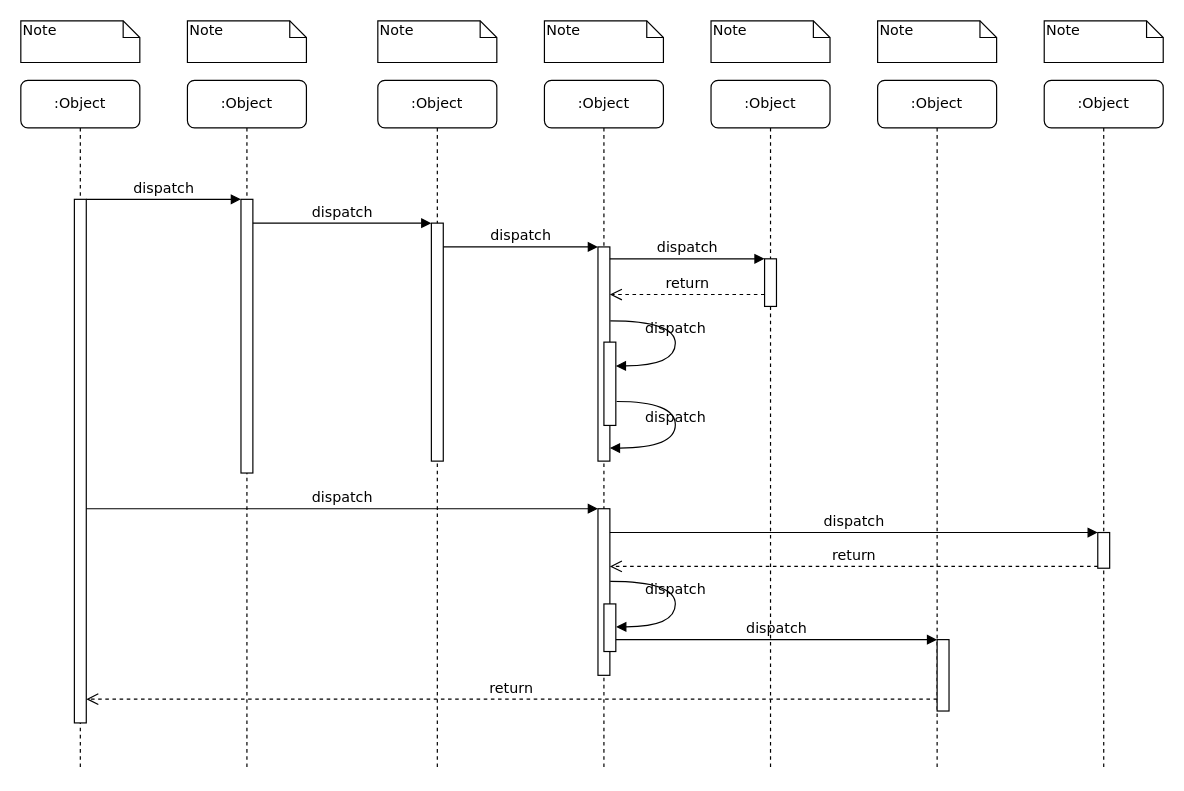
This is 时序图.drawio from michaellincn/my_utils, a draw.io file, before an edit. Source tidied: cells renumbered, new cells numbered last; positions are measured from the earlier drawing's top-left corner, leaving out a move shared by most shapes. Both pictures are drawn from the tidied source at 119%, with x=0, y=0 at pixel (20, 20).
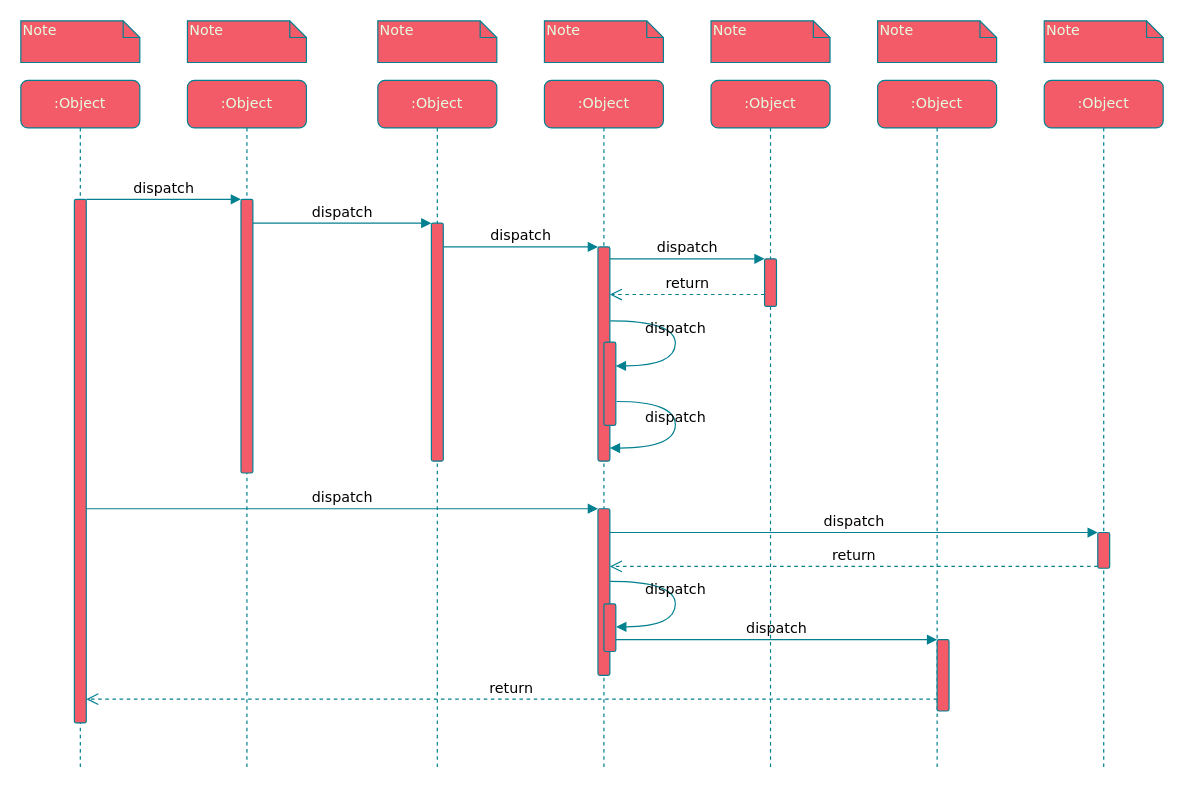
Above is the later version.

Commit message:
更新时序图.drawio

What changed in the source:
```diff
@@
-    <mxCell id="2" value=":Object" style="shape=umlLifeline;perimeter=lifelinePerimeter;whiteSpace=wrap;html=1;rounded=1;shadow=0;comic=0;labelBackgroundColor=none;strokeWidth=1;fontFamily=Verdana;fontSize=12;align=center;" parent="1" vertex="1">
+    <mxCell id="2" value=":Object" style="shape=umlLifeline;perimeter=lifelinePerimeter;whiteSpace=wrap;html=1;rounded=1;shadow=0;comic=0;labelBackgroundColor=none;strokeWidth=1;fontFamily=Verdana;fontSize=12;align=center;fillColor=#F45B69;strokeColor=#028090;fontColor=#E4FDE1;" parent="1" vertex="1">
       <mxGeometry x="140" y="50" width="100" height="580" as="geometry" />
     </mxCell>
-    <mxCell id="3" style="html=1;points=[];perimeter=orthogonalPerimeter;rounded=0;shadow=0;comic=0;labelBackgroundColor=none;strokeWidth=1;fontFamily=Verdana;fontSize=12;align=center;" parent="2" vertex="1">
+    <mxCell id="3" style="html=1;points=[];perimeter=orthogonalPerimeter;rounded=1;shadow=0;comic=0;labelBackgroundColor=none;strokeWidth=1;fontFamily=Verdana;fontSize=12;align=center;fillColor=#F45B69;strokeColor=#028090;fontColor=#E4FDE1;" parent="2" vertex="1">
       <mxGeometry x="45" y="100" width="10" height="230" as="geometry" />
     </mxCell>
-    <mxCell id="4" value=":Object" style="shape=umlLifeline;perimeter=lifelinePerimeter;whiteSpace=wrap;html=1;rounded=1;shadow=0;comic=0;labelBackgroundColor=none;strokeWidth=1;fontFamily=Verdana;fontSize=12;align=center;" parent="1" vertex="1">
+    <mxCell id="4" value=":Object" style="shape=umlLifeline;perimeter=lifelinePerimeter;whiteSpace=wrap;html=1;rounded=1;shadow=0;comic=0;labelBackgroundColor=none;strokeWidth=1;fontFamily=Verdana;fontSize=12;align=center;fillColor=#F45B69;strokeColor=#028090;fontColor=#E4FDE1;" parent="1" vertex="1">
       <mxGeometry x="300" y="50" width="100" height="580" as="geometry" />
     </mxCell>
-    <mxCell id="5" style="html=1;points=[];perimeter=orthogonalPerimeter;rounded=0;shadow=0;comic=0;labelBackgroundColor=none;strokeWidth=1;fontFamily=Verdana;fontSize=12;align=center;" parent="4" vertex="1">
+    <mxCell id="5" style="html=1;points=[];perimeter=orthogonalPerimeter;rounded=1;shadow=0;comic=0;labelBackgroundColor=none;strokeWidth=1;fontFamily=Verdana;fontSize=12;align=center;fillColor=#F45B69;strokeColor=#028090;fontColor=#E4FDE1;" parent="4" vertex="1">
       <mxGeometry x="45" y="120" width="10" height="200" as="geometry" />
     </mxCell>
-    <mxCell id="6" value=":Object" style="shape=umlLifeline;perimeter=lifelinePerimeter;whiteSpace=wrap;html=1;rounded=1;shadow=0;comic=0;labelBackgroundColor=none;strokeWidth=1;fontFamily=Verdana;fontSize=12;align=center;" parent="1" vertex="1">
+    <mxCell id="6" value=":Object" style="shape=umlLifeline;perimeter=lifelinePerimeter;whiteSpace=wrap;html=1;rounded=1;shadow=0;comic=0;labelBackgroundColor=none;strokeWidth=1;fontFamily=Verdana;fontSize=12;align=center;fillColor=#F45B69;strokeColor=#028090;fontColor=#E4FDE1;" parent="1" vertex="1">
       <mxGeometry x="440" y="50" width="100" height="580" as="geometry" />
     </mxCell>
-    <mxCell id="7" value=":Object" style="shape=umlLifeline;perimeter=lifelinePerimeter;whiteSpace=wrap;html=1;rounded=1;shadow=0;comic=0;labelBackgroundColor=none;strokeWidth=1;fontFamily=Verdana;fontSize=12;align=center;" parent="1" vertex="1">
+    <mxCell id="7" value=":Object" style="shape=umlLifeline;perimeter=lifelinePerimeter;whiteSpace=wrap;html=1;rounded=1;shadow=0;comic=0;labelBackgroundColor=none;strokeWidth=1;fontFamily=Verdana;fontSize=12;align=center;fillColor=#F45B69;strokeColor=#028090;fontColor=#E4FDE1;" parent="1" vertex="1">
       <mxGeometry x="580" y="50" width="100" height="580" as="geometry" />
     </mxCell>
-    <mxCell id="8" value=":Object" style="shape=umlLifeline;perimeter=lifelinePerimeter;whiteSpace=wrap;html=1;rounded=1;shadow=0;comic=0;labelBackgroundColor=none;strokeWidth=1;fontFamily=Verdana;fontSize=12;align=center;" parent="1" vertex="1">
+    <mxCell id="8" value=":Object" style="shape=umlLifeline;perimeter=lifelinePerimeter;whiteSpace=wrap;html=1;rounded=1;shadow=0;comic=0;labelBackgroundColor=none;strokeWidth=1;fontFamily=Verdana;fontSize=12;align=center;fillColor=#F45B69;strokeColor=#028090;fontColor=#E4FDE1;" parent="1" vertex="1">
       <mxGeometry x="720" y="50" width="100" height="580" as="geometry" />
     </mxCell>
-    <mxCell id="9" value=":Object" style="shape=umlLifeline;perimeter=lifelinePerimeter;whiteSpace=wrap;html=1;rounded=1;shadow=0;comic=0;labelBackgroundColor=none;strokeWidth=1;fontFamily=Verdana;fontSize=12;align=center;" parent="1" vertex="1">
+    <mxCell id="9" value=":Object" style="shape=umlLifeline;perimeter=lifelinePerimeter;whiteSpace=wrap;html=1;rounded=1;shadow=0;comic=0;labelBackgroundColor=none;strokeWidth=1;fontFamily=Verdana;fontSize=12;align=center;fillColor=#F45B69;strokeColor=#028090;fontColor=#E4FDE1;" parent="1" vertex="1">
       <mxGeometry x="860" y="50" width="100" height="580" as="geometry" />
     </mxCell>
-    <mxCell id="10" value=":Object" style="shape=umlLifeline;perimeter=lifelinePerimeter;whiteSpace=wrap;html=1;rounded=1;shadow=0;comic=0;labelBackgroundColor=none;strokeWidth=1;fontFamily=Verdana;fontSize=12;align=center;" parent="1" vertex="1">
+    <mxCell id="10" value=":Object" style="shape=umlLifeline;perimeter=lifelinePerimeter;whiteSpace=wrap;html=1;rounded=1;shadow=0;comic=0;labelBackgroundColor=none;strokeWidth=1;fontFamily=Verdana;fontSize=12;align=center;fillColor=#F45B69;strokeColor=#028090;fontColor=#E4FDE1;" parent="1" vertex="1">
       <mxGeometry y="50" width="100" height="580" as="geometry" />
     </mxCell>
-    <mxCell id="11" style="html=1;points=[];perimeter=orthogonalPerimeter;rounded=0;shadow=0;comic=0;labelBackgroundColor=none;strokeWidth=1;fontFamily=Verdana;fontSize=12;align=center;" parent="10" vertex="1">
+    <mxCell id="11" style="html=1;points=[];perimeter=orthogonalPerimeter;rounded=1;shadow=0;comic=0;labelBackgroundColor=none;strokeWidth=1;fontFamily=Verdana;fontSize=12;align=center;fillColor=#F45B69;strokeColor=#028090;fontColor=#E4FDE1;" parent="10" vertex="1">
       <mxGeometry x="45" y="100" width="10" height="440" as="geometry" />
     </mxCell>
-    <mxCell id="12" style="html=1;points=[];perimeter=orthogonalPerimeter;rounded=0;shadow=0;comic=0;labelBackgroundColor=none;strokeWidth=1;fontFamily=Verdana;fontSize=12;align=center;" parent="1" vertex="1">
+    <mxCell id="12" style="html=1;points=[];perimeter=orthogonalPerimeter;rounded=1;shadow=0;comic=0;labelBackgroundColor=none;strokeWidth=1;fontFamily=Verdana;fontSize=12;align=center;fillColor=#F45B69;strokeColor=#028090;fontColor=#E4FDE1;" parent="1" vertex="1">
       <mxGeometry x="485" y="190" width="10" height="180" as="geometry" />
     </mxCell>
-    <mxCell id="13" value="dispatch" style="html=1;verticalAlign=bottom;endArrow=block;labelBackgroundColor=none;fontFamily=Verdana;fontSize=12;edgeStyle=elbowEdgeStyle;elbow=vertical;" parent="1" edge="1" source="5" target="12">
+    <mxCell id="13" value="dispatch" style="html=1;verticalAlign=bottom;endArrow=block;labelBackgroundColor=none;fontFamily=Verdana;fontSize=12;edgeStyle=elbowEdgeStyle;elbow=vertical;strokeColor=#028090;fontColor=default;" parent="1" edge="1" source="5" target="12">
       <mxGeometry relative="1" as="geometry">
         <Array as="points">
           <mxPoint x="360" y="190" />
         </Array>
       </mxGeometry>
     </mxCell>
-    <mxCell id="14" style="html=1;points=[];perimeter=orthogonalPerimeter;rounded=0;shadow=0;comic=0;labelBackgroundColor=none;strokeWidth=1;fontFamily=Verdana;fontSize=12;align=center;" parent="1" vertex="1">
+    <mxCell id="14" style="html=1;points=[];perimeter=orthogonalPerimeter;rounded=1;shadow=0;comic=0;labelBackgroundColor=none;strokeWidth=1;fontFamily=Verdana;fontSize=12;align=center;fillColor=#F45B69;strokeColor=#028090;fontColor=#E4FDE1;" parent="1" vertex="1">
       <mxGeometry x="625" y="200" width="10" height="40" as="geometry" />
     </mxCell>
-    <mxCell id="15" value="dispatch" style="html=1;verticalAlign=bottom;endArrow=block;entryX=0;entryY=0;labelBackgroundColor=none;fontFamily=Verdana;fontSize=12;edgeStyle=elbowEdgeStyle;elbow=vertical;" parent="1" edge="1" source="12" target="14">
+    <mxCell id="15" value="dispatch" style="html=1;verticalAlign=bottom;endArrow=block;entryX=0;entryY=0;labelBackgroundColor=none;fontFamily=Verdana;fontSize=12;edgeStyle=elbowEdgeStyle;elbow=vertical;strokeColor=#028090;fontColor=default;" parent="1" edge="1" source="12" target="14">
       <mxGeometry relative="1" as="geometry" />
     </mxCell>
-    <mxCell id="16" value="return" style="html=1;verticalAlign=bottom;endArrow=open;dashed=1;endSize=8;labelBackgroundColor=none;fontFamily=Verdana;fontSize=12;edgeStyle=elbowEdgeStyle;elbow=vertical;" parent="1" edge="1" source="14" target="12">
+    <mxCell id="16" value="return" style="html=1;verticalAlign=bottom;endArrow=open;dashed=1;endSize=8;labelBackgroundColor=none;fontFamily=Verdana;fontSize=12;edgeStyle=elbowEdgeStyle;elbow=vertical;strokeColor=#028090;fontColor=default;" parent="1" edge="1" source="14" target="12">
       <mxGeometry relative="1" as="geometry">
         <Array as="points">
           <mxPoint x="570" y="230" />
           <mxPoint x="600" y="230" />
         </Array>
       </mxGeometry>
     </mxCell>
-    <mxCell id="17" style="html=1;points=[];perimeter=orthogonalPerimeter;rounded=0;shadow=0;comic=0;labelBackgroundColor=none;strokeWidth=1;fontFamily=Verdana;fontSize=12;align=center;" parent="1" vertex="1">
+    <mxCell id="17" style="html=1;points=[];perimeter=orthogonalPerimeter;rounded=1;shadow=0;comic=0;labelBackgroundColor=none;strokeWidth=1;fontFamily=Verdana;fontSize=12;align=center;fillColor=#F45B69;strokeColor=#028090;fontColor=#E4FDE1;" parent="1" vertex="1">
       <mxGeometry x="485" y="410" width="10" height="140" as="geometry" />
     </mxCell>
-    <mxCell id="18" value="dispatch" style="html=1;verticalAlign=bottom;endArrow=block;entryX=0;entryY=0;labelBackgroundColor=none;fontFamily=Verdana;fontSize=12;" parent="1" edge="1" source="11" target="17">
+    <mxCell id="18" value="dispatch" style="html=1;verticalAlign=bottom;endArrow=block;entryX=0;entryY=0;labelBackgroundColor=none;fontFamily=Verdana;fontSize=12;strokeColor=#028090;fontColor=default;" parent="1" edge="1" source="11" target="17">
       <mxGeometry relative="1" as="geometry" />
     </mxCell>
-    <mxCell id="19" style="html=1;points=[];perimeter=orthogonalPerimeter;rounded=0;shadow=0;comic=0;labelBackgroundColor=none;strokeColor=#000000;strokeWidth=1;fillColor=#FFFFFF;fontFamily=Verdana;fontSize=12;fontColor=#000000;align=center;" parent="1" vertex="1">
+    <mxCell id="19" style="html=1;points=[];perimeter=orthogonalPerimeter;rounded=1;shadow=0;comic=0;labelBackgroundColor=none;strokeColor=#028090;strokeWidth=1;fillColor=#F45B69;fontFamily=Verdana;fontSize=12;fontColor=#E4FDE1;align=center;" parent="1" vertex="1">
       <mxGeometry x="905" y="430" width="10" height="30" as="geometry" />
     </mxCell>
-    <mxCell id="20" value="dispatch" style="html=1;verticalAlign=bottom;endArrow=block;entryX=0;entryY=0;labelBackgroundColor=none;fontFamily=Verdana;fontSize=12;" parent="1" edge="1" source="17" target="19">
+    <mxCell id="20" value="dispatch" style="html=1;verticalAlign=bottom;endArrow=block;entryX=0;entryY=0;labelBackgroundColor=none;fontFamily=Verdana;fontSize=12;strokeColor=#028090;fontColor=default;" parent="1" edge="1" source="17" target="19">
       <mxGeometry relative="1" as="geometry" />
     </mxCell>
-    <mxCell id="21" value="return" style="html=1;verticalAlign=bottom;endArrow=open;dashed=1;endSize=8;exitX=0;exitY=0.95;labelBackgroundColor=none;fontFamily=Verdana;fontSize=12;" parent="1" edge="1" source="19" target="17">
+    <mxCell id="21" value="return" style="html=1;verticalAlign=bottom;endArrow=open;dashed=1;endSize=8;exitX=0;exitY=0.95;labelBackgroundColor=none;fontFamily=Verdana;fontSize=12;strokeColor=#028090;fontColor=default;" parent="1" edge="1" source="19" target="17">
       <mxGeometry relative="1" as="geometry" />
     </mxCell>
-    <mxCell id="22" style="html=1;points=[];perimeter=orthogonalPerimeter;rounded=0;shadow=0;comic=0;labelBackgroundColor=none;strokeWidth=1;fontFamily=Verdana;fontSize=12;align=center;" parent="1" vertex="1">
+    <mxCell id="22" style="html=1;points=[];perimeter=orthogonalPerimeter;rounded=1;shadow=0;comic=0;labelBackgroundColor=none;strokeWidth=1;fontFamily=Verdana;fontSize=12;align=center;fillColor=#F45B69;strokeColor=#028090;fontColor=#E4FDE1;" parent="1" vertex="1">
       <mxGeometry x="770" y="520" width="10" height="60" as="geometry" />
     </mxCell>
-    <mxCell id="23" value="dispatch" style="html=1;verticalAlign=bottom;endArrow=block;entryX=0;entryY=0;labelBackgroundColor=none;fontFamily=Verdana;fontSize=12;edgeStyle=elbowEdgeStyle;elbow=vertical;" parent="1" edge="1" source="30" target="22">
+    <mxCell id="23" value="dispatch" style="html=1;verticalAlign=bottom;endArrow=block;entryX=0;entryY=0;labelBackgroundColor=none;fontFamily=Verdana;fontSize=12;edgeStyle=elbowEdgeStyle;elbow=vertical;strokeColor=#028090;fontColor=default;" parent="1" edge="1" source="30" target="22">
       <mxGeometry relative="1" as="geometry" />
     </mxCell>
-    <mxCell id="24" value="return" style="html=1;verticalAlign=bottom;endArrow=open;dashed=1;endSize=8;labelBackgroundColor=none;fontFamily=Verdana;fontSize=12;edgeStyle=elbowEdgeStyle;elbow=vertical;" parent="1" edge="1" source="22" target="11">
+    <mxCell id="24" value="return" style="html=1;verticalAlign=bottom;endArrow=open;dashed=1;endSize=8;labelBackgroundColor=none;fontFamily=Verdana;fontSize=12;edgeStyle=elbowEdgeStyle;elbow=vertical;strokeColor=#028090;fontColor=default;" parent="1" edge="1" source="22" target="11">
       <mxGeometry relative="1" as="geometry">
         <Array as="points">
           <mxPoint x="470" y="570" />
         </Array>
       </mxGeometry>
     </mxCell>
-    <mxCell id="25" value="dispatch" style="html=1;verticalAlign=bottom;endArrow=block;entryX=0;entryY=0;labelBackgroundColor=none;fontFamily=Verdana;fontSize=12;edgeStyle=elbowEdgeStyle;elbow=vertical;" parent="1" edge="1" source="11" target="3">
+    <mxCell id="25" value="dispatch" style="html=1;verticalAlign=bottom;endArrow=block;entryX=0;entryY=0;labelBackgroundColor=none;fontFamily=Verdana;fontSize=12;edgeStyle=elbowEdgeStyle;elbow=vertical;strokeColor=#028090;fontColor=default;" parent="1" edge="1" source="11" target="3">
       <mxGeometry relative="1" as="geometry" />
     </mxCell>
-    <mxCell id="26" value="dispatch" style="html=1;verticalAlign=bottom;endArrow=block;entryX=0;entryY=0;labelBackgroundColor=none;fontFamily=Verdana;fontSize=12;edgeStyle=elbowEdgeStyle;elbow=vertical;" parent="1" edge="1" source="3" target="5">
+    <mxCell id="26" value="dispatch" style="html=1;verticalAlign=bottom;endArrow=block;entryX=0;entryY=0;labelBackgroundColor=none;fontFamily=Verdana;fontSize=12;edgeStyle=elbowEdgeStyle;elbow=vertical;strokeColor=#028090;fontColor=default;" parent="1" edge="1" source="3" target="5">
       <mxGeometry relative="1" as="geometry" />
     </mxCell>
-    <mxCell id="27" style="html=1;points=[];perimeter=orthogonalPerimeter;rounded=0;shadow=0;comic=0;labelBackgroundColor=none;strokeWidth=1;fontFamily=Verdana;fontSize=12;align=center;" parent="1" vertex="1">
+    <mxCell id="27" style="html=1;points=[];perimeter=orthogonalPerimeter;rounded=1;shadow=0;comic=0;labelBackgroundColor=none;strokeWidth=1;fontFamily=Verdana;fontSize=12;align=center;fillColor=#F45B69;strokeColor=#028090;fontColor=#E4FDE1;" parent="1" vertex="1">
       <mxGeometry x="490" y="270" width="10" height="70" as="geometry" />
     </mxCell>
-    <mxCell id="28" value="dispatch" style="html=1;verticalAlign=bottom;endArrow=block;labelBackgroundColor=none;fontFamily=Verdana;fontSize=12;elbow=vertical;edgeStyle=orthogonalEdgeStyle;curved=1;entryX=1;entryY=0.286;entryPerimeter=0;exitX=1.038;exitY=0.345;exitPerimeter=0;" parent="1" edge="1" source="12" target="27">
+    <mxCell id="28" value="dispatch" style="html=1;verticalAlign=bottom;endArrow=block;labelBackgroundColor=none;fontFamily=Verdana;fontSize=12;elbow=vertical;edgeStyle=orthogonalEdgeStyle;curved=1;entryX=1;entryY=0.286;entryPerimeter=0;exitX=1.038;exitY=0.345;exitPerimeter=0;strokeColor=#028090;fontColor=default;" parent="1" edge="1" source="12" target="27">
       <mxGeometry relative="1" as="geometry">
         <Array as="points">
           <mxPoint x="550" y="252" />
           <mxPoint x="550" y="290" />
         </Array>
       </mxGeometry>
     </mxCell>
-    <mxCell id="29" value="dispatch" style="html=1;verticalAlign=bottom;endArrow=block;labelBackgroundColor=none;fontFamily=Verdana;fontSize=12;elbow=vertical;edgeStyle=orthogonalEdgeStyle;curved=1;exitX=1.066;exitY=0.713;exitPerimeter=0;" parent="1" edge="1" source="27">
+    <mxCell id="29" value="dispatch" style="html=1;verticalAlign=bottom;endArrow=block;labelBackgroundColor=none;fontFamily=Verdana;fontSize=12;elbow=vertical;edgeStyle=orthogonalEdgeStyle;curved=1;exitX=1.066;exitY=0.713;exitPerimeter=0;strokeColor=#028090;fontColor=default;" parent="1" edge="1" source="27">
       <mxGeometry relative="1" as="geometry">
         <mxPoint x="495" y="359" as="targetPoint" />
         <Array as="points">
           <mxPoint x="550" y="320" />
           <mxPoint x="550" y="359" />
         </Array>
       </mxGeometry>
     </mxCell>
-    <mxCell id="30" style="html=1;points=[];perimeter=orthogonalPerimeter;rounded=0;shadow=0;comic=0;labelBackgroundColor=none;strokeWidth=1;fontFamily=Verdana;fontSize=12;align=center;" parent="1" vertex="1">
+    <mxCell id="30" style="html=1;points=[];perimeter=orthogonalPerimeter;rounded=1;shadow=0;comic=0;labelBackgroundColor=none;strokeWidth=1;fontFamily=Verdana;fontSize=12;align=center;fillColor=#F45B69;strokeColor=#028090;fontColor=#E4FDE1;" parent="1" vertex="1">
       <mxGeometry x="490" y="490" width="10" height="40" as="geometry" />
     </mxCell>
-    <mxCell id="31" value="dispatch" style="html=1;verticalAlign=bottom;endArrow=block;labelBackgroundColor=none;fontFamily=Verdana;fontSize=12;elbow=vertical;edgeStyle=orthogonalEdgeStyle;curved=1;entryX=1;entryY=0.286;entryPerimeter=0;exitX=1.038;exitY=0.345;exitPerimeter=0;" parent="1" edge="1">
+    <mxCell id="31" value="dispatch" style="html=1;verticalAlign=bottom;endArrow=block;labelBackgroundColor=none;fontFamily=Verdana;fontSize=12;elbow=vertical;edgeStyle=orthogonalEdgeStyle;curved=1;entryX=1;entryY=0.286;entryPerimeter=0;exitX=1.038;exitY=0.345;exitPerimeter=0;strokeColor=#028090;fontColor=default;" parent="1" edge="1">
       <mxGeometry relative="1" as="geometry">
         <mxPoint x="495.3" y="471" as="sourcePoint" />
         <mxPoint x="500.3" y="509.3" as="targetPoint" />
         <Array as="points">
           <mxPoint x="550" y="471" />
           <mxPoint x="550" y="509" />
         </Array>
       </mxGeometry>
     </mxCell>
-    <mxCell id="32" value="Note" style="shape=note;whiteSpace=wrap;html=1;size=14;verticalAlign=top;align=left;spacingTop=-6;rounded=0;shadow=0;comic=0;labelBackgroundColor=none;strokeWidth=1;fontFamily=Verdana;fontSize=12;" parent="1" vertex="1">
+    <mxCell id="32" value="Note" style="shape=note;whiteSpace=wrap;html=1;size=14;verticalAlign=top;align=left;spacingTop=-6;rounded=1;shadow=0;comic=0;labelBackgroundColor=none;strokeWidth=1;fontFamily=Verdana;fontSize=12;fillColor=#F45B69;strokeColor=#028090;fontColor=#E4FDE1;" parent="1" vertex="1">
       <mxGeometry width="100" height="35" as="geometry" />
     </mxCell>
-    <mxCell id="33" value="Note" style="shape=note;whiteSpace=wrap;html=1;size=14;verticalAlign=top;align=left;spacingTop=-6;rounded=0;shadow=0;comic=0;labelBackgroundColor=none;strokeWidth=1;fontFamily=Verdana;fontSize=12;" parent="1" vertex="1">
+    <mxCell id="33" value="Note" style="shape=note;whiteSpace=wrap;html=1;size=14;verticalAlign=top;align=left;spacingTop=-6;rounded=1;shadow=0;comic=0;labelBackgroundColor=none;strokeWidth=1;fontFamily=Verdana;fontSize=12;fillColor=#F45B69;strokeColor=#028090;fontColor=#E4FDE1;" parent="1" vertex="1">
       <mxGeometry x="140" width="100" height="35" as="geometry" />
     </mxCell>
-    <mxCell id="34" value="Note" style="shape=note;whiteSpace=wrap;html=1;size=14;verticalAlign=top;align=left;spacingTop=-6;rounded=0;shadow=0;comic=0;labelBackgroundColor=none;strokeWidth=1;fontFamily=Verdana;fontSize=12;" parent="1" vertex="1">
+    <mxCell id="34" value="Note" style="shape=note;whiteSpace=wrap;html=1;size=14;verticalAlign=top;align=left;spacingTop=-6;rounded=1;shadow=0;comic=0;labelBackgroundColor=none;strokeWidth=1;fontFamily=Verdana;fontSize=12;fillColor=#F45B69;strokeColor=#028090;fontColor=#E4FDE1;" parent="1" vertex="1">
       <mxGeometry x="300" width="100" height="35" as="geometry" />
     </mxCell>
-    <mxCell id="35" value="Note" style="shape=note;whiteSpace=wrap;html=1;size=14;verticalAlign=top;align=left;spacingTop=-6;rounded=0;shadow=0;comic=0;labelBackgroundColor=none;strokeWidth=1;fontFamily=Verdana;fontSize=12;" parent="1" vertex="1">
+    <mxCell id="35" value="Note" style="shape=note;whiteSpace=wrap;html=1;size=14;verticalAlign=top;align=left;spacingTop=-6;rounded=1;shadow=0;comic=0;labelBackgroundColor=none;strokeWidth=1;fontFamily=Verdana;fontSize=12;fillColor=#F45B69;strokeColor=#028090;fontColor=#E4FDE1;" parent="1" vertex="1">
       <mxGeometry x="440" width="100" height="35" as="geometry" />
     </mxCell>
-    <mxCell id="36" value="Note" style="shape=note;whiteSpace=wrap;html=1;size=14;verticalAlign=top;align=left;spacingTop=-6;rounded=0;shadow=0;comic=0;labelBackgroundColor=none;strokeWidth=1;fontFamily=Verdana;fontSize=12;" parent="1" vertex="1">
+    <mxCell id="36" value="Note" style="shape=note;whiteSpace=wrap;html=1;size=14;verticalAlign=top;align=left;spacingTop=-6;rounded=1;shadow=0;comic=0;labelBackgroundColor=none;strokeWidth=1;fontFamily=Verdana;fontSize=12;fillColor=#F45B69;strokeColor=#028090;fontColor=#E4FDE1;" parent="1" vertex="1">
       <mxGeometry x="580" width="100" height="35" as="geometry" />
     </mxCell>
-    <mxCell id="37" value="Note" style="shape=note;whiteSpace=wrap;html=1;size=14;verticalAlign=top;align=left;spacingTop=-6;rounded=0;shadow=0;comic=0;labelBackgroundColor=none;strokeWidth=1;fontFamily=Verdana;fontSize=12;" parent="1" vertex="1">
+    <mxCell id="37" value="Note" style="shape=note;whiteSpace=wrap;html=1;size=14;verticalAlign=top;align=left;spacingTop=-6;rounded=1;shadow=0;comic=0;labelBackgroundColor=none;strokeWidth=1;fontFamily=Verdana;fontSize=12;fillColor=#F45B69;strokeColor=#028090;fontColor=#E4FDE1;" parent="1" vertex="1">
       <mxGeometry x="720" width="100" height="35" as="geometry" />
     </mxCell>
-    <mxCell id="38" value="Note" style="shape=note;whiteSpace=wrap;html=1;size=14;verticalAlign=top;align=left;spacingTop=-6;rounded=0;shadow=0;comic=0;labelBackgroundColor=none;strokeWidth=1;fontFamily=Verdana;fontSize=12;" parent="1" vertex="1">
+    <mxCell id="38" value="Note" style="shape=note;whiteSpace=wrap;html=1;size=14;verticalAlign=top;align=left;spacingTop=-6;rounded=1;shadow=0;comic=0;labelBackgroundColor=none;strokeWidth=1;fontFamily=Verdana;fontSize=12;fillColor=#F45B69;strokeColor=#028090;fontColor=#E4FDE1;" parent="1" vertex="1">
       <mxGeometry x="860" width="100" height="35" as="geometry" />
     </mxCell>
```
